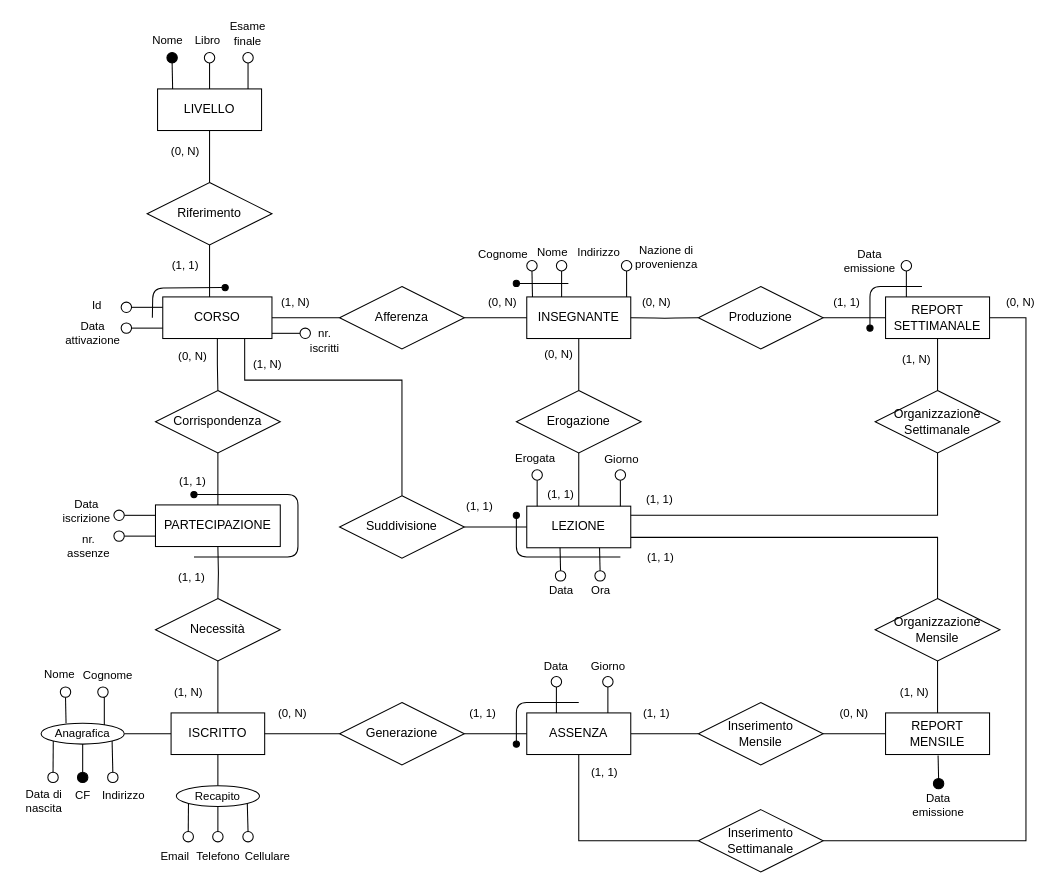
Earlier version of the draw.io diagram progettoDB.drawio (TizianoLilli/GitExerciseLinux). Source tidied: cells renumbered, new cells numbered last; positions are measured from the earlier drawing's top-left corner, leaving out a move shared by most shapes. Both pictures are drawn from the tidied source at 104%, with x=0, y=0 at pixel (18, 18).
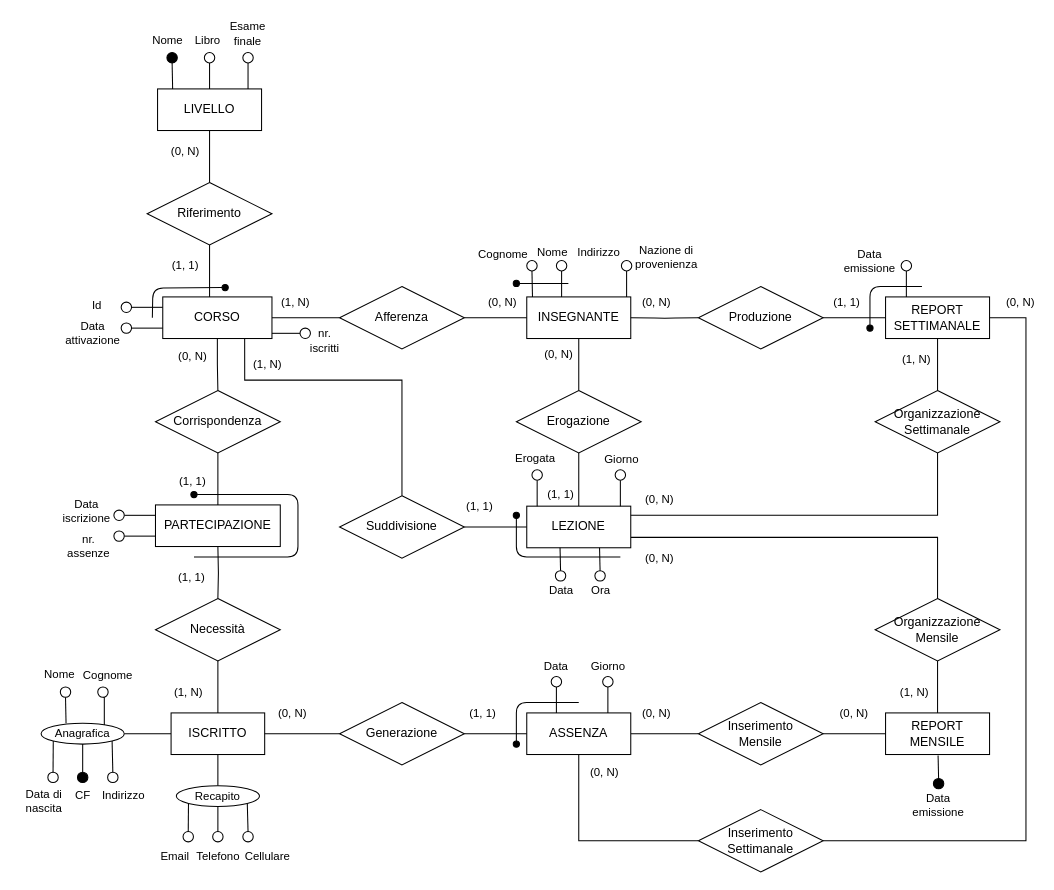
The same diagram, later.

The edit, as a diff of the source:
```diff
@@
-    <mxCell id="114" value="(1, 1)" style="text;html=1;whiteSpace=wrap;strokeColor=none;fillColor=none;align=center;verticalAlign=middle;rounded=0;fontFamily=Helvetica;fontSize=11;fontColor=default;labelBackgroundColor=default;" parent="1" vertex="1">
+    <mxCell id="114" value="(0, N)" style="text;html=1;whiteSpace=wrap;strokeColor=none;fillColor=none;align=center;verticalAlign=middle;rounded=0;fontFamily=Helvetica;fontSize=11;fontColor=default;labelBackgroundColor=default;" parent="1" vertex="1">
       <mxGeometry x="549" y="714.5" width="30" height="20" as="geometry" />
     </mxCell>
@@
-    <mxCell id="121" value="(1, 1)" style="text;html=1;whiteSpace=wrap;strokeColor=none;fillColor=none;align=center;verticalAlign=middle;rounded=0;fontFamily=Helvetica;fontSize=11;fontColor=default;labelBackgroundColor=default;" parent="1" vertex="1">
+    <mxCell id="121" value="(0, N)" style="text;html=1;whiteSpace=wrap;strokeColor=none;fillColor=none;align=center;verticalAlign=middle;rounded=0;fontFamily=Helvetica;fontSize=11;fontColor=default;labelBackgroundColor=default;" parent="1" vertex="1">
       <mxGeometry x="602" y="453" width="30" height="20" as="geometry" />
     </mxCell>
@@
-    <mxCell id="168" value="(1, 1)" style="text;html=1;whiteSpace=wrap;strokeColor=none;fillColor=none;align=center;verticalAlign=middle;rounded=0;fontFamily=Helvetica;fontSize=11;fontColor=default;labelBackgroundColor=default;" parent="1" vertex="1">
+    <mxCell id="168" value="(0, N)" style="text;html=1;whiteSpace=wrap;strokeColor=none;fillColor=none;align=center;verticalAlign=middle;rounded=0;fontFamily=Helvetica;fontSize=11;fontColor=default;labelBackgroundColor=default;" parent="1" vertex="1">
       <mxGeometry x="599" y="658" width="30" height="20" as="geometry" />
     </mxCell>
-    <mxCell id="169" value="(1, 1)" style="text;html=1;whiteSpace=wrap;strokeColor=none;fillColor=none;align=center;verticalAlign=middle;rounded=0;fontFamily=Helvetica;fontSize=11;fontColor=default;labelBackgroundColor=default;" parent="1" vertex="1">
-      <mxGeometry x="603" y="508" width="30" height="20" as="geometry" />
-    </mxCell>
@@
+    <mxCell id="172" value="(0, N)" style="text;html=1;whiteSpace=wrap;strokeColor=none;fillColor=none;align=center;verticalAlign=middle;rounded=0;fontFamily=Helvetica;fontSize=11;fontColor=default;labelBackgroundColor=default;" parent="1" vertex="1">
+      <mxGeometry x="602" y="509.2" width="30" height="20" as="geometry" />
+    </mxCell>
```
